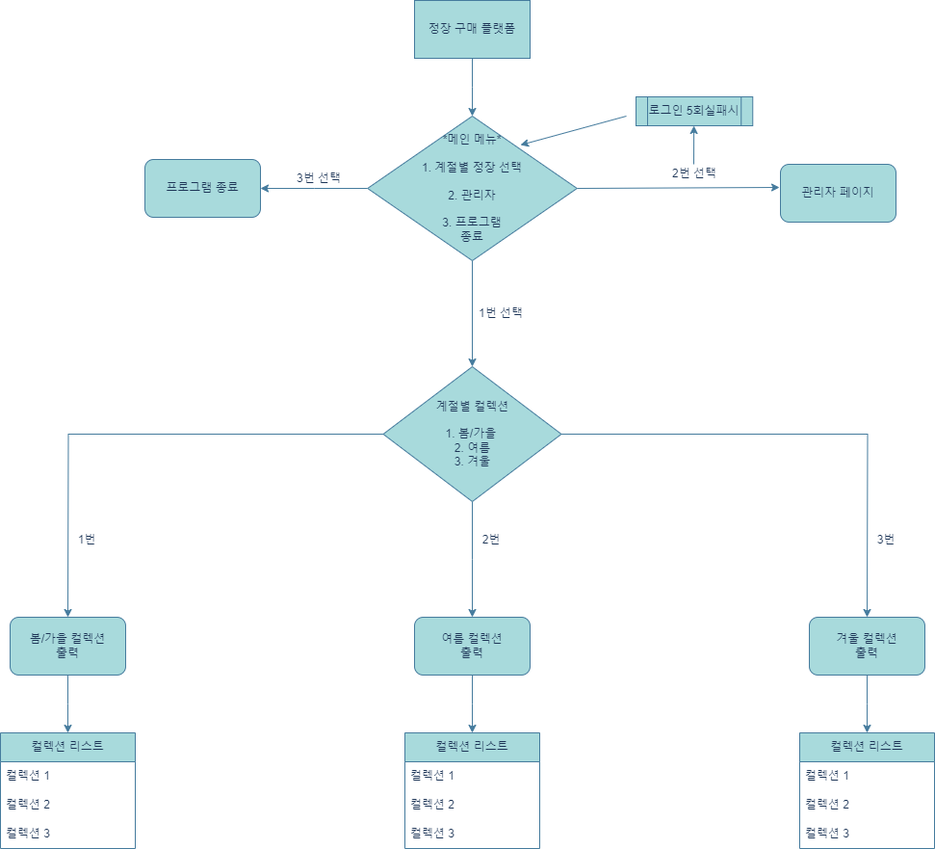
The draw.io diagram 230320순서도.drawio.png in SangHa000/TEAMPROJECT1, before a commit. Source tidied: cells renumbered, new cells last; positions are measured from the earlier drawing's top-left corner, leaving out a move shared by most shapes.
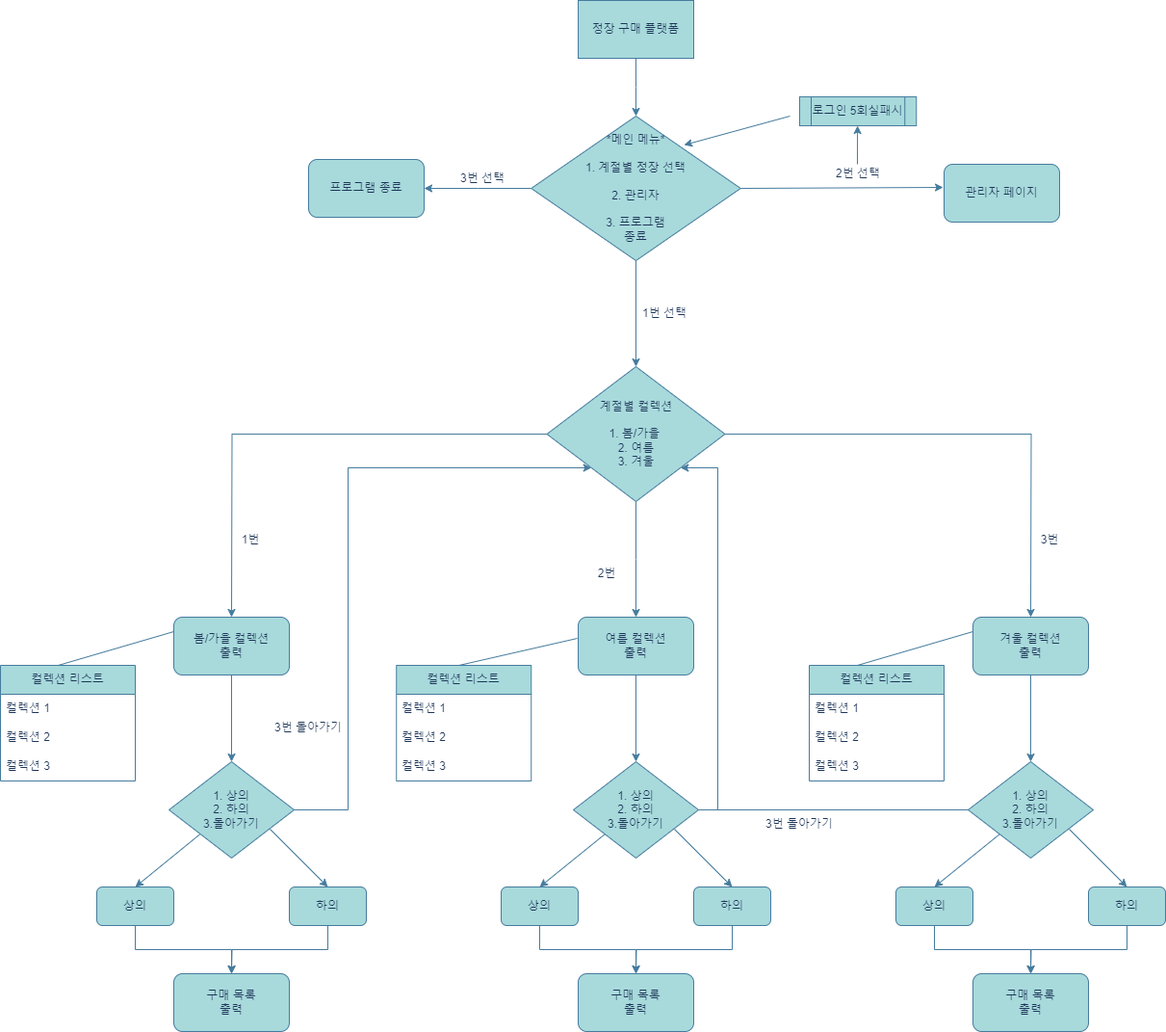
The same diagram one commit later.

Commit message:
230320순서도.drawio.png 업데이트

What changed in the source:
```diff
@@ -68,27 +68,21 @@
     <mxCell id="18" value="로그인 5회실패시" style="shape=process;whiteSpace=wrap;html=1;backgroundOutline=1;labelBackgroundColor=none;fillColor=#A8DADC;strokeColor=#457B9D;fontColor=#1D3557;" parent="1" vertex="1">
       <mxGeometry x="660" y="100" width="121.2" height="30" as="geometry" />
     </mxCell>
-    <mxCell id="19" style="edgeStyle=orthogonalEdgeStyle;rounded=0;jettySize=auto;html=1;exitX=0.5;exitY=1;exitDx=0;exitDy=0;strokeColor=#457B9D;fontColor=#1D3557;fillColor=#A8DADC;" parent="1" edge="1" source="20">
-      <mxGeometry relative="1" as="geometry">
-        <mxPoint x="70" y="760" as="targetPoint" />
-      </mxGeometry>
-    </mxCell>
+    <mxCell id="41" style="edgeStyle=orthogonalEdgeStyle;rounded=0;jettySize=auto;html=1;exitX=0.5;exitY=1;exitDx=0;exitDy=0;entryX=0.5;entryY=0;entryDx=0;entryDy=0;strokeColor=#457B9D;fontColor=#1D3557;fillColor=#A8DADC;" parent="1" edge="1" source="20" target="48">
+      <mxGeometry relative="1" as="geometry" />
+    </mxCell>
     <mxCell id="20" value="봄/가을 컬렉션&lt;br&gt;출력" style="rounded=1;whiteSpace=wrap;html=1;strokeColor=#457B9D;fontColor=#1D3557;fillColor=#A8DADC;labelBackgroundColor=none;" parent="1" vertex="1">
       <mxGeometry x="10" y="640" width="120" height="60" as="geometry" />
     </mxCell>
-    <mxCell id="21" style="edgeStyle=orthogonalEdgeStyle;rounded=0;jettySize=auto;html=1;exitX=0.5;exitY=1;exitDx=0;exitDy=0;strokeColor=#457B9D;fontColor=#1D3557;fillColor=#A8DADC;" parent="1" edge="1" source="22">
-      <mxGeometry relative="1" as="geometry">
-        <mxPoint x="490" y="760" as="targetPoint" />
-      </mxGeometry>
-    </mxCell>
+    <mxCell id="42" style="edgeStyle=orthogonalEdgeStyle;rounded=0;jettySize=auto;html=1;exitX=0.5;exitY=1;exitDx=0;exitDy=0;strokeColor=#457B9D;fontColor=#1D3557;fillColor=#A8DADC;" parent="1" edge="1" source="22" target="51">
+      <mxGeometry relative="1" as="geometry" />
+    </mxCell>
     <mxCell id="22" value="여름 컬렉션&lt;br style=&quot;border-color: var(--border-color);&quot;&gt;출력" style="rounded=1;whiteSpace=wrap;html=1;strokeColor=#457B9D;fontColor=#1D3557;fillColor=#A8DADC;labelBackgroundColor=none;" parent="1" vertex="1">
       <mxGeometry x="430" y="640" width="120" height="60" as="geometry" />
     </mxCell>
-    <mxCell id="23" style="edgeStyle=orthogonalEdgeStyle;rounded=0;jettySize=auto;html=1;exitX=0.5;exitY=1;exitDx=0;exitDy=0;strokeColor=#457B9D;fontColor=#1D3557;fillColor=#A8DADC;" parent="1" edge="1" source="24">
-      <mxGeometry relative="1" as="geometry">
-        <mxPoint x="900" y="760" as="targetPoint" />
-      </mxGeometry>
-    </mxCell>
+    <mxCell id="43" style="edgeStyle=orthogonalEdgeStyle;rounded=0;jettySize=auto;html=1;exitX=0.5;exitY=1;exitDx=0;exitDy=0;entryX=0.5;entryY=0;entryDx=0;entryDy=0;strokeColor=#457B9D;fontColor=#1D3557;fillColor=#A8DADC;" parent="1" edge="1" source="24" target="49">
+      <mxGeometry relative="1" as="geometry" />
+    </mxCell>
     <mxCell id="24" value="겨울 컬렉션&lt;br style=&quot;border-color: var(--border-color);&quot;&gt;출력" style="rounded=1;whiteSpace=wrap;html=1;strokeColor=#457B9D;fontColor=#1D3557;fillColor=#A8DADC;labelBackgroundColor=none;" parent="1" vertex="1">
       <mxGeometry x="840" y="640" width="120" height="60" as="geometry" />
     </mxCell>
@@ -98,14 +92,14 @@
     <mxCell id="26" value="3번" style="text;html=1;strokeColor=none;fillColor=none;align=center;verticalAlign=middle;whiteSpace=wrap;rounded=0;fontColor=#1D3557;labelBackgroundColor=none;" parent="1" vertex="1">
       <mxGeometry x="890" y="545" width="60" height="30" as="geometry" />
     </mxCell>
-    <mxCell id="27" value="2번" style="text;html=1;strokeColor=none;fillColor=none;align=center;verticalAlign=middle;whiteSpace=wrap;rounded=0;fontColor=#1D3557;labelBackgroundColor=none;" parent="1" vertex="1">
-      <mxGeometry x="480" y="545" width="60" height="30" as="geometry" />
+    <mxCell id="27" value="3번 돌아가기" style="text;html=1;strokeColor=none;fillColor=none;align=center;verticalAlign=middle;whiteSpace=wrap;rounded=0;fontColor=#1D3557;labelBackgroundColor=none;" parent="1" vertex="1">
+      <mxGeometry x="110" y="740" width="80" height="30" as="geometry" />
     </mxCell>
     <mxCell id="28" style="endArrow=classic;html=1;rounded=0;labelBackgroundColor=none;strokeColor=#457B9D;fontColor=default;exitX=1;exitY=0.5;exitDx=0;exitDy=0;entryX=-0.008;entryY=0.4;entryDx=0;entryDy=0;entryPerimeter=0;" parent="1" edge="1" source="6" target="14">
       <mxGeometry relative="1" as="geometry" />
     </mxCell>
     <mxCell id="29" value="컬렉션 리스트" style="swimlane;fontStyle=0;horizontal=1;startSize=30;whiteSpace=wrap;html=1;strokeColor=#457B9D;fontColor=#1D3557;fillColor=#A8DADC;" parent="1" vertex="1">
-      <mxGeometry y="760" width="140" height="120" as="geometry" />
+      <mxGeometry x="-170" y="690" width="140" height="120" as="geometry" />
     </mxCell>
     <mxCell id="30" value="컬렉션 1" style="text;strokeColor=none;fillColor=none;align=left;verticalAlign=middle;spacingLeft=4;spacingRight=4;overflow=hidden;whiteSpace=wrap;html=1;fontColor=#1D3557;" parent="29" vertex="1">
       <mxGeometry y="30" width="140" height="30" as="geometry" />
@@ -117,7 +111,7 @@
       <mxGeometry y="90" width="140" height="30" as="geometry" />
     </mxCell>
     <mxCell id="33" value="컬렉션 리스트" style="swimlane;fontStyle=0;horizontal=1;startSize=30;whiteSpace=wrap;html=1;strokeColor=#457B9D;fontColor=#1D3557;fillColor=#A8DADC;" parent="1" vertex="1">
-      <mxGeometry x="420" y="760" width="140" height="120" as="geometry" />
+      <mxGeometry x="241.2" y="690" width="140" height="120" as="geometry" />
     </mxCell>
     <mxCell id="34" value="컬렉션 1" style="text;strokeColor=none;fillColor=none;align=left;verticalAlign=middle;spacingLeft=4;spacingRight=4;overflow=hidden;whiteSpace=wrap;html=1;fontColor=#1D3557;" parent="33" vertex="1">
       <mxGeometry y="30" width="140" height="30" as="geometry" />
@@ -129,7 +123,7 @@
       <mxGeometry y="90" width="140" height="30" as="geometry" />
     </mxCell>
     <mxCell id="37" value="컬렉션 리스트" style="swimlane;fontStyle=0;horizontal=1;startSize=30;whiteSpace=wrap;html=1;strokeColor=#457B9D;fontColor=#1D3557;fillColor=#A8DADC;" parent="1" vertex="1">
-      <mxGeometry x="830" y="760" width="140" height="120" as="geometry" />
+      <mxGeometry x="670" y="690" width="140" height="120" as="geometry" />
     </mxCell>
     <mxCell id="38" value="컬렉션 1" style="text;strokeColor=none;fillColor=none;align=left;verticalAlign=middle;spacingLeft=4;spacingRight=4;overflow=hidden;whiteSpace=wrap;html=1;fontColor=#1D3557;" parent="37" vertex="1">
       <mxGeometry y="30" width="140" height="30" as="geometry" />
@@ -140,5 +134,139 @@
     <mxCell id="40" value="컬렉션 3" style="text;strokeColor=none;fillColor=none;align=left;verticalAlign=middle;spacingLeft=4;spacingRight=4;overflow=hidden;whiteSpace=wrap;html=1;fontColor=#1D3557;" parent="37" vertex="1">
       <mxGeometry y="90" width="140" height="30" as="geometry" />
     </mxCell>
+    <mxCell id="44" style="endArrow=none;html=1;rounded=0;strokeColor=#457B9D;fontColor=#1D3557;fillColor=#A8DADC;entryX=0;entryY=0.25;entryDx=0;entryDy=0;" parent="1" edge="1" target="20">
+      <mxGeometry relative="1" as="geometry">
+        <mxPoint x="-110" y="690" as="sourcePoint" />
+      </mxGeometry>
+    </mxCell>
+    <mxCell id="45" style="endArrow=none;html=1;rounded=0;strokeColor=#457B9D;fontColor=#1D3557;fillColor=#A8DADC;entryX=0;entryY=0.25;entryDx=0;entryDy=0;" parent="1" edge="1" target="24">
+      <mxGeometry relative="1" as="geometry">
+        <mxPoint x="720" y="690" as="sourcePoint" />
+      </mxGeometry>
+    </mxCell>
+    <mxCell id="46" style="endArrow=none;html=1;rounded=0;strokeColor=#457B9D;fontColor=#1D3557;fillColor=#A8DADC;entryX=-0.008;entryY=0.367;entryDx=0;entryDy=0;entryPerimeter=0;" parent="1" edge="1" target="22">
+      <mxGeometry relative="1" as="geometry">
+        <mxPoint x="306.2" y="690" as="sourcePoint" />
+      </mxGeometry>
+    </mxCell>
+    <mxCell id="47" style="edgeStyle=orthogonalEdgeStyle;rounded=0;jettySize=auto;html=1;exitX=1;exitY=0.5;exitDx=0;exitDy=0;strokeColor=#457B9D;fontColor=#1D3557;fillColor=#A8DADC;entryX=0;entryY=1;entryDx=0;entryDy=0;" parent="1" edge="1" source="48" target="10">
+      <mxGeometry relative="1" as="geometry">
+        <Array as="points">
+          <mxPoint x="191" y="840" />
+          <mxPoint x="191" y="485" />
+        </Array>
+      </mxGeometry>
+    </mxCell>
+    <mxCell id="48" value="1. 상의&lt;br&gt;2. 하의&lt;br&gt;3.돌아가기" style="rhombus;whiteSpace=wrap;html=1;strokeColor=#457B9D;fontColor=#1D3557;fillColor=#A8DADC;" parent="1" vertex="1">
+      <mxGeometry x="5" y="790" width="130" height="100" as="geometry" />
+    </mxCell>
+    <mxCell id="49" value="1. 상의&lt;br style=&quot;border-color: var(--border-color);&quot;&gt;2. 하의&lt;br style=&quot;border-color: var(--border-color);&quot;&gt;3.돌아가기" style="rhombus;whiteSpace=wrap;html=1;strokeColor=#457B9D;fontColor=#1D3557;fillColor=#A8DADC;" parent="1" vertex="1">
+      <mxGeometry x="835" y="790" width="130" height="100" as="geometry" />
+    </mxCell>
+    <mxCell id="50" style="edgeStyle=orthogonalEdgeStyle;rounded=0;jettySize=auto;html=1;exitX=1;exitY=0.5;exitDx=0;exitDy=0;strokeColor=#457B9D;fontColor=#1D3557;fillColor=#A8DADC;entryX=1;entryY=1;entryDx=0;entryDy=0;" parent="1" edge="1" source="51" target="10">
+      <mxGeometry relative="1" as="geometry">
+        <Array as="points">
+          <mxPoint x="575" y="840" />
+          <mxPoint x="575" y="485" />
+        </Array>
+      </mxGeometry>
+    </mxCell>
+    <mxCell id="51" value="1. 상의&lt;br style=&quot;border-color: var(--border-color);&quot;&gt;2. 하의&lt;br style=&quot;border-color: var(--border-color);&quot;&gt;3.돌아가기" style="rhombus;whiteSpace=wrap;html=1;strokeColor=#457B9D;fontColor=#1D3557;fillColor=#A8DADC;" parent="1" vertex="1">
+      <mxGeometry x="425" y="790" width="130" height="100" as="geometry" />
+    </mxCell>
+    <mxCell id="52" style="edgeStyle=orthogonalEdgeStyle;rounded=0;jettySize=auto;html=1;exitX=0.5;exitY=1;exitDx=0;exitDy=0;entryX=0.5;entryY=0;entryDx=0;entryDy=0;strokeColor=#457B9D;fontColor=#1D3557;fillColor=#A8DADC;" parent="1" edge="1" source="53" target="70">
+      <mxGeometry relative="1" as="geometry" />
+    </mxCell>
+    <mxCell id="53" value="상의" style="rounded=1;whiteSpace=wrap;html=1;strokeColor=#457B9D;fontColor=#1D3557;fillColor=#A8DADC;" parent="1" vertex="1">
+      <mxGeometry x="-70" y="920" width="80" height="40" as="geometry" />
+    </mxCell>
+    <mxCell id="54" style="edgeStyle=orthogonalEdgeStyle;rounded=0;jettySize=auto;html=1;exitX=0.5;exitY=1;exitDx=0;exitDy=0;entryX=0.5;entryY=0;entryDx=0;entryDy=0;strokeColor=#457B9D;fontColor=#1D3557;fillColor=#A8DADC;" parent="1" edge="1" source="55" target="71">
+      <mxGeometry relative="1" as="geometry" />
+    </mxCell>
+    <mxCell id="55" value="상의" style="rounded=1;whiteSpace=wrap;html=1;strokeColor=#457B9D;fontColor=#1D3557;fillColor=#A8DADC;" parent="1" vertex="1">
+      <mxGeometry x="760" y="920" width="80" height="40" as="geometry" />
+    </mxCell>
+    <mxCell id="56" style="edgeStyle=orthogonalEdgeStyle;rounded=0;jettySize=auto;html=1;exitX=0.5;exitY=1;exitDx=0;exitDy=0;entryX=0.5;entryY=0;entryDx=0;entryDy=0;strokeColor=#457B9D;fontColor=#1D3557;fillColor=#A8DADC;" parent="1" edge="1" source="57" target="72">
+      <mxGeometry relative="1" as="geometry" />
+    </mxCell>
+    <mxCell id="57" value="상의" style="rounded=1;whiteSpace=wrap;html=1;strokeColor=#457B9D;fontColor=#1D3557;fillColor=#A8DADC;" parent="1" vertex="1">
+      <mxGeometry x="350" y="920" width="80" height="40" as="geometry" />
+    </mxCell>
+    <mxCell id="58" style="endArrow=classic;html=1;rounded=0;strokeColor=#457B9D;fontColor=#1D3557;fillColor=#A8DADC;exitX=0;exitY=1;exitDx=0;exitDy=0;entryX=0.5;entryY=0;entryDx=0;entryDy=0;" parent="1" edge="1" source="48" target="53">
+      <mxGeometry relative="1" as="geometry" />
+    </mxCell>
+    <mxCell id="59" style="endArrow=classic;html=1;rounded=0;strokeColor=#457B9D;fontColor=#1D3557;fillColor=#A8DADC;exitX=0;exitY=1;exitDx=0;exitDy=0;entryX=0.5;entryY=0;entryDx=0;entryDy=0;" parent="1" edge="1">
+      <mxGeometry relative="1" as="geometry">
+        <mxPoint x="868" y="865" as="sourcePoint" />
+        <mxPoint x="800" y="920" as="targetPoint" />
+      </mxGeometry>
+    </mxCell>
+    <mxCell id="60" style="endArrow=classic;html=1;rounded=0;strokeColor=#457B9D;fontColor=#1D3557;fillColor=#A8DADC;exitX=0;exitY=1;exitDx=0;exitDy=0;entryX=0.5;entryY=0;entryDx=0;entryDy=0;" parent="1" edge="1">
+      <mxGeometry relative="1" as="geometry">
+        <mxPoint x="458" y="865" as="sourcePoint" />
+        <mxPoint x="390" y="920" as="targetPoint" />
+      </mxGeometry>
+    </mxCell>
+    <mxCell id="61" style="edgeStyle=orthogonalEdgeStyle;rounded=0;jettySize=auto;html=1;exitX=0.5;exitY=1;exitDx=0;exitDy=0;strokeColor=#457B9D;fontColor=#1D3557;fillColor=#A8DADC;" parent="1" edge="1" source="62">
+      <mxGeometry relative="1" as="geometry">
+        <mxPoint x="70" y="1010" as="targetPoint" />
+      </mxGeometry>
+    </mxCell>
+    <mxCell id="62" value="하의" style="rounded=1;whiteSpace=wrap;html=1;strokeColor=#457B9D;fontColor=#1D3557;fillColor=#A8DADC;" parent="1" vertex="1">
+      <mxGeometry x="130" y="920" width="80" height="40" as="geometry" />
+    </mxCell>
+    <mxCell id="63" style="edgeStyle=orthogonalEdgeStyle;rounded=0;jettySize=auto;html=1;exitX=0.5;exitY=1;exitDx=0;exitDy=0;strokeColor=#457B9D;fontColor=#1D3557;fillColor=#A8DADC;" parent="1" edge="1" source="64">
+      <mxGeometry relative="1" as="geometry">
+        <mxPoint x="900" y="1010" as="targetPoint" />
+      </mxGeometry>
+    </mxCell>
+    <mxCell id="64" value="하의" style="rounded=1;whiteSpace=wrap;html=1;strokeColor=#457B9D;fontColor=#1D3557;fillColor=#A8DADC;" parent="1" vertex="1">
+      <mxGeometry x="960" y="920" width="80" height="40" as="geometry" />
+    </mxCell>
+    <mxCell id="65" style="edgeStyle=orthogonalEdgeStyle;rounded=0;jettySize=auto;html=1;exitX=0.5;exitY=1;exitDx=0;exitDy=0;strokeColor=#457B9D;fontColor=#1D3557;fillColor=#A8DADC;" parent="1" edge="1" source="66">
+      <mxGeometry relative="1" as="geometry">
+        <mxPoint x="490" y="1010" as="targetPoint" />
+      </mxGeometry>
+    </mxCell>
+    <mxCell id="66" value="하의" style="rounded=1;whiteSpace=wrap;html=1;strokeColor=#457B9D;fontColor=#1D3557;fillColor=#A8DADC;" parent="1" vertex="1">
+      <mxGeometry x="550" y="920" width="80" height="40" as="geometry" />
+    </mxCell>
+    <mxCell id="67" style="endArrow=classic;html=1;rounded=0;strokeColor=#457B9D;fontColor=#1D3557;fillColor=#A8DADC;entryX=0.5;entryY=0;entryDx=0;entryDy=0;" parent="1" edge="1" target="62">
+      <mxGeometry relative="1" as="geometry">
+        <mxPoint x="110" y="860" as="sourcePoint" />
+      </mxGeometry>
+    </mxCell>
+    <mxCell id="68" style="endArrow=classic;html=1;rounded=0;strokeColor=#457B9D;fontColor=#1D3557;fillColor=#A8DADC;entryX=0.5;entryY=0;entryDx=0;entryDy=0;" parent="1" edge="1">
+      <mxGeometry relative="1" as="geometry">
+        <mxPoint x="940" y="860" as="sourcePoint" />
+        <mxPoint x="1000" y="920" as="targetPoint" />
+      </mxGeometry>
+    </mxCell>
+    <mxCell id="69" style="endArrow=classic;html=1;rounded=0;strokeColor=#457B9D;fontColor=#1D3557;fillColor=#A8DADC;entryX=0.5;entryY=0;entryDx=0;entryDy=0;" parent="1" edge="1">
+      <mxGeometry relative="1" as="geometry">
+        <mxPoint x="530" y="860" as="sourcePoint" />
+        <mxPoint x="590" y="920" as="targetPoint" />
+      </mxGeometry>
+    </mxCell>
+    <mxCell id="70" value="구매 목록&lt;br&gt;출력" style="rounded=1;whiteSpace=wrap;html=1;strokeColor=#457B9D;fontColor=#1D3557;fillColor=#A8DADC;" parent="1" vertex="1">
+      <mxGeometry x="10" y="1010" width="120" height="60" as="geometry" />
+    </mxCell>
+    <mxCell id="71" value="구매 목록&lt;br&gt;출력" style="rounded=1;whiteSpace=wrap;html=1;strokeColor=#457B9D;fontColor=#1D3557;fillColor=#A8DADC;" parent="1" vertex="1">
+      <mxGeometry x="840" y="1010" width="120" height="60" as="geometry" />
+    </mxCell>
+    <mxCell id="72" value="구매 목록&lt;br&gt;출력" style="rounded=1;whiteSpace=wrap;html=1;strokeColor=#457B9D;fontColor=#1D3557;fillColor=#A8DADC;" parent="1" vertex="1">
+      <mxGeometry x="430" y="1010" width="120" height="60" as="geometry" />
+    </mxCell>
+    <mxCell id="73" value="3번 돌아가기" style="text;html=1;strokeColor=none;fillColor=none;align=center;verticalAlign=middle;whiteSpace=wrap;rounded=0;fontColor=#1D3557;labelBackgroundColor=none;" parent="1" vertex="1">
+      <mxGeometry x="620" y="840" width="80" height="30" as="geometry" />
+    </mxCell>
+    <mxCell id="74" style="endArrow=none;html=1;rounded=0;strokeColor=#457B9D;fontColor=#1D3557;fillColor=#A8DADC;entryX=0;entryY=0.5;entryDx=0;entryDy=0;" parent="1" edge="1" target="49">
+      <mxGeometry relative="1" as="geometry">
+        <mxPoint x="560" y="840" as="sourcePoint" />
+      </mxGeometry>
+    </mxCell>
+    <mxCell id="75" value="2번" style="text;html=1;strokeColor=none;fillColor=none;align=center;verticalAlign=middle;whiteSpace=wrap;rounded=0;fontColor=#1D3557;" parent="1" vertex="1">
+      <mxGeometry x="430" y="580" width="60" height="30" as="geometry" />
+    </mxCell>
   </root>
 </mxGraphModel>
```
